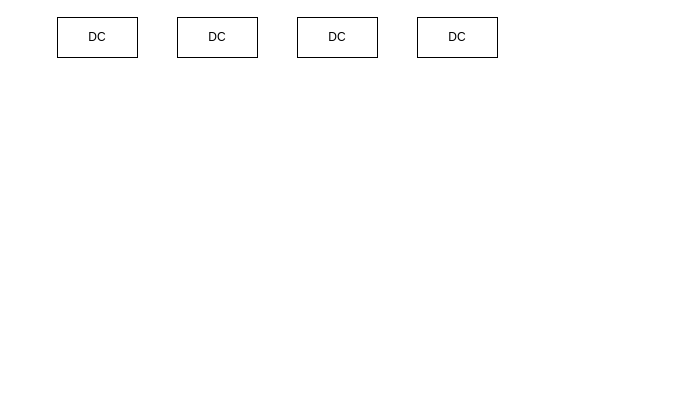
Before: TC2LINK/DC_Engine_List_Port.drawio in BEYHHH/SBLP, a draw.io diagram. Source tidied: cells renumbered, new cells numbered last; positions are measured from the earlier drawing's top-left corner, leaving out a move shared by most shapes. Both pictures are drawn from the tidied source at 100%, with x=0, y=0 at pixel (57, 17).
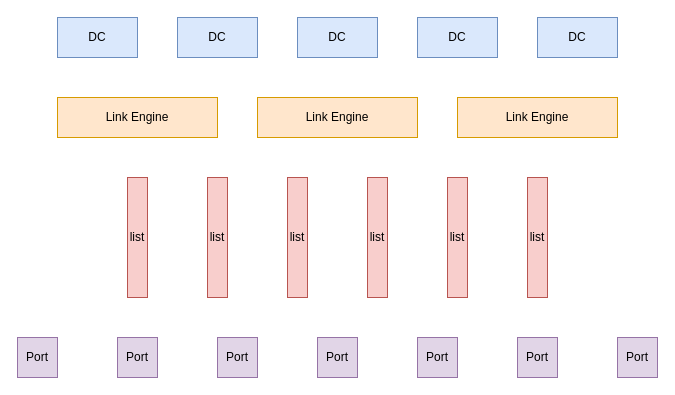
Above is the later version.

Diff of the diagram source:
```diff
@@
-    <mxCell id="2" value="DC" style="rounded=0;whiteSpace=wrap;html=1;" parent="1" vertex="1">
+    <mxCell id="2" value="DC" style="rounded=0;whiteSpace=wrap;html=1;fillColor=#dae8fc;strokeColor=#6c8ebf;" parent="1" vertex="1">
       <mxGeometry width="80" height="40" as="geometry" />
     </mxCell>
-    <mxCell id="3" value="DC" style="rounded=0;whiteSpace=wrap;html=1;" parent="1" vertex="1">
+    <mxCell id="3" value="DC" style="rounded=0;whiteSpace=wrap;html=1;fillColor=#dae8fc;strokeColor=#6c8ebf;" parent="1" vertex="1">
       <mxGeometry x="120" width="80" height="40" as="geometry" />
     </mxCell>
-    <mxCell id="4" value="DC" style="rounded=0;whiteSpace=wrap;html=1;" parent="1" vertex="1">
+    <mxCell id="4" value="DC" style="rounded=0;whiteSpace=wrap;html=1;fillColor=#dae8fc;strokeColor=#6c8ebf;" parent="1" vertex="1">
       <mxGeometry x="240" width="80" height="40" as="geometry" />
     </mxCell>
-    <mxCell id="5" value="DC" style="rounded=0;whiteSpace=wrap;html=1;" parent="1" vertex="1">
+    <mxCell id="5" value="DC" style="rounded=0;whiteSpace=wrap;html=1;fillColor=#dae8fc;strokeColor=#6c8ebf;" parent="1" vertex="1">
       <mxGeometry x="360" width="80" height="40" as="geometry" />
     </mxCell>
+    <mxCell id="6" value="Link Engine" style="rounded=0;whiteSpace=wrap;html=1;fillColor=#ffe6cc;strokeColor=#d79b00;" parent="1" vertex="1">
+      <mxGeometry y="80" width="160" height="40" as="geometry" />
+    </mxCell>
+    <mxCell id="7" value="Link Engine" style="rounded=0;whiteSpace=wrap;html=1;fillColor=#ffe6cc;strokeColor=#d79b00;" parent="1" vertex="1">
+      <mxGeometry x="200" y="80" width="160" height="40" as="geometry" />
+    </mxCell>
+    <mxCell id="8" value="Link Engine" style="rounded=0;whiteSpace=wrap;html=1;fillColor=#ffe6cc;strokeColor=#d79b00;" parent="1" vertex="1">
+      <mxGeometry x="400" y="80" width="160" height="40" as="geometry" />
+    </mxCell>
+    <mxCell id="9" value="DC" style="rounded=0;whiteSpace=wrap;html=1;fillColor=#dae8fc;strokeColor=#6c8ebf;" parent="1" vertex="1">
+      <mxGeometry x="480" width="80" height="40" as="geometry" />
+    </mxCell>
+    <mxCell id="10" value="list" style="rounded=0;whiteSpace=wrap;html=1;fillColor=#f8cecc;strokeColor=#b85450;" parent="1" vertex="1">
+      <mxGeometry x="150" y="160" width="20" height="120" as="geometry" />
+    </mxCell>
+    <mxCell id="11" value="list" style="rounded=0;whiteSpace=wrap;html=1;fillColor=#f8cecc;strokeColor=#b85450;" parent="1" vertex="1">
+      <mxGeometry x="230" y="160" width="20" height="120" as="geometry" />
+    </mxCell>
+    <mxCell id="12" value="list" style="rounded=0;whiteSpace=wrap;html=1;fillColor=#f8cecc;strokeColor=#b85450;" parent="1" vertex="1">
+      <mxGeometry x="310" y="160" width="20" height="120" as="geometry" />
+    </mxCell>
+    <mxCell id="13" value="list" style="rounded=0;whiteSpace=wrap;html=1;fillColor=#f8cecc;strokeColor=#b85450;" parent="1" vertex="1">
+      <mxGeometry x="390" y="160" width="20" height="120" as="geometry" />
+    </mxCell>
+    <mxCell id="14" value="list" style="rounded=0;whiteSpace=wrap;html=1;fillColor=#f8cecc;strokeColor=#b85450;" parent="1" vertex="1">
+      <mxGeometry x="470" y="160" width="20" height="120" as="geometry" />
+    </mxCell>
+    <mxCell id="15" value="Port" style="rounded=0;whiteSpace=wrap;html=1;fillColor=#e1d5e7;strokeColor=#9673a6;" parent="1" vertex="1">
+      <mxGeometry x="60" y="320" width="40" height="40" as="geometry" />
+    </mxCell>
+    <mxCell id="16" value="Port" style="rounded=0;whiteSpace=wrap;html=1;fillColor=#e1d5e7;strokeColor=#9673a6;" parent="1" vertex="1">
+      <mxGeometry x="160" y="320" width="40" height="40" as="geometry" />
+    </mxCell>
+    <mxCell id="17" value="Port" style="rounded=0;whiteSpace=wrap;html=1;fillColor=#e1d5e7;strokeColor=#9673a6;" parent="1" vertex="1">
+      <mxGeometry x="260" y="320" width="40" height="40" as="geometry" />
+    </mxCell>
+    <mxCell id="18" value="Port" style="rounded=0;whiteSpace=wrap;html=1;fillColor=#e1d5e7;strokeColor=#9673a6;" parent="1" vertex="1">
+      <mxGeometry x="360" y="320" width="40" height="40" as="geometry" />
+    </mxCell>
+    <mxCell id="19" value="Port" style="rounded=0;whiteSpace=wrap;html=1;fillColor=#e1d5e7;strokeColor=#9673a6;" parent="1" vertex="1">
+      <mxGeometry x="460" y="320" width="40" height="40" as="geometry" />
+    </mxCell>
+    <mxCell id="20" value="Port" style="rounded=0;whiteSpace=wrap;html=1;fillColor=#e1d5e7;strokeColor=#9673a6;" parent="1" vertex="1">
+      <mxGeometry x="-40" y="320" width="40" height="40" as="geometry" />
+    </mxCell>
+    <mxCell id="21" value="Port" style="rounded=0;whiteSpace=wrap;html=1;fillColor=#e1d5e7;strokeColor=#9673a6;" parent="1" vertex="1">
+      <mxGeometry x="560" y="320" width="40" height="40" as="geometry" />
+    </mxCell>
+    <mxCell id="22" value="list" style="rounded=0;whiteSpace=wrap;html=1;fillColor=#f8cecc;strokeColor=#b85450;" parent="1" vertex="1">
+      <mxGeometry x="70" y="160" width="20" height="120" as="geometry" />
+    </mxCell>
```
